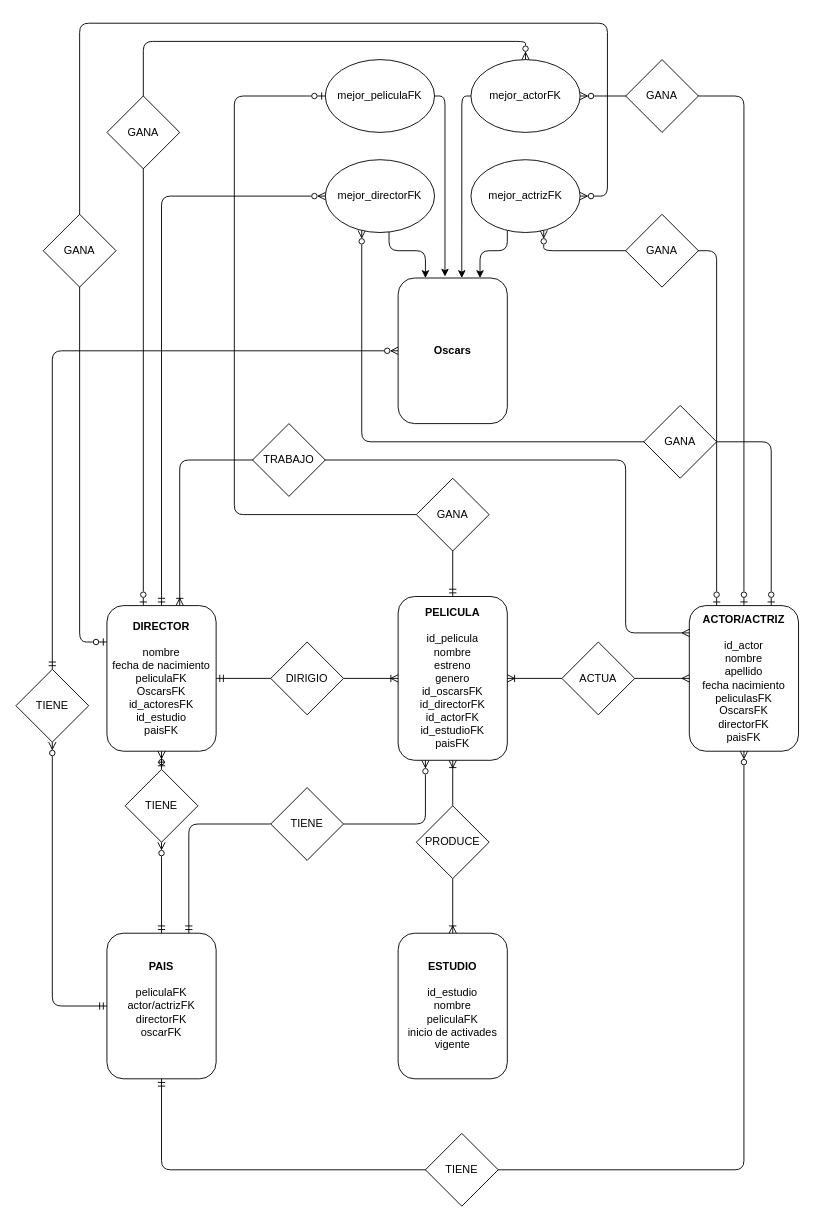
This is Diagrama.drawio from EmanuelRigo/entrega-final-sql-coderhouse, a draw.io file, before an edit. Source tidied: cells renumbered, new cells numbered last; positions are measured from the earlier drawing's top-left corner, leaving out a move shared by most shapes. Both pictures are drawn from the tidied source at 91%, with x=0, y=0 at pixel (15, 23).
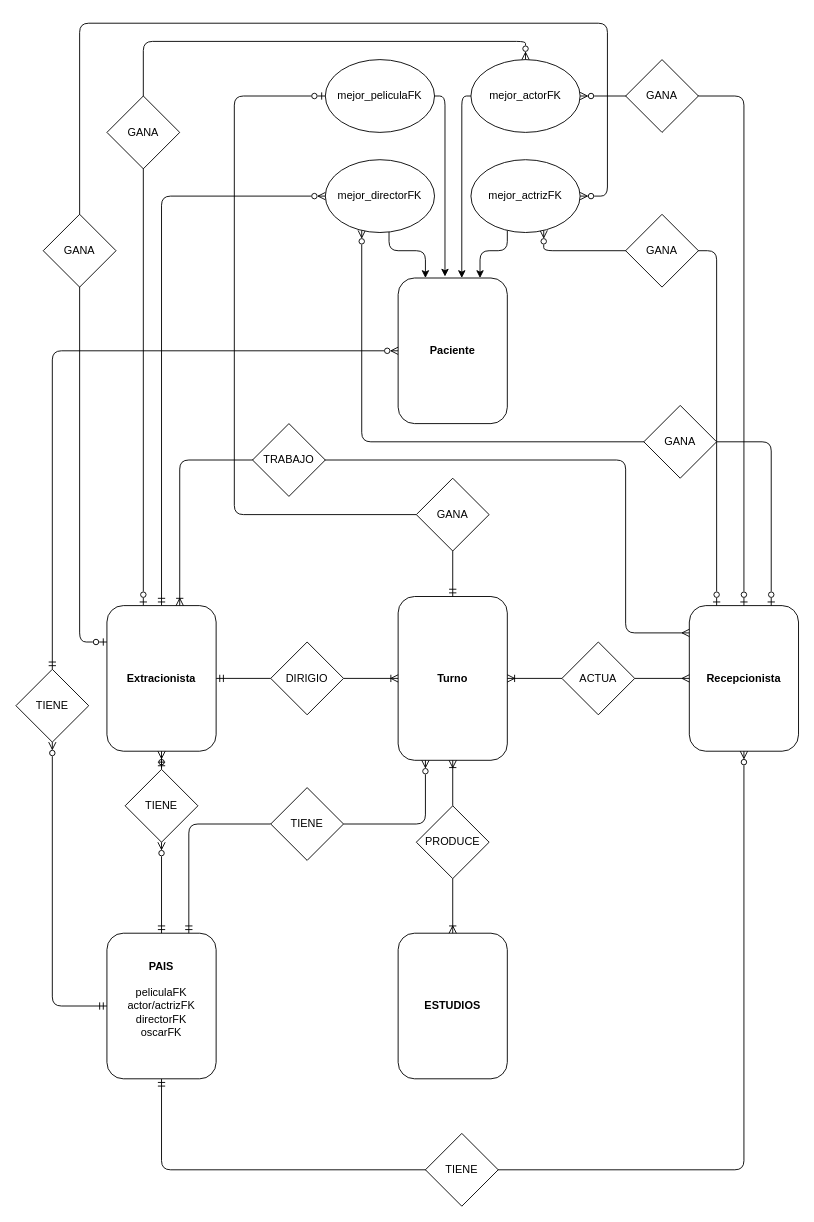
Above is the later version.

Change to the diagram source:
```diff
@@
-    <mxCell id="2" value="&lt;b&gt;PELICULA&lt;/b&gt;&lt;div&gt;&lt;b&gt;&lt;br&gt;&lt;/b&gt;&lt;/div&gt;&lt;div&gt;id_pelicula&lt;/div&gt;&lt;div&gt;nombre&lt;/div&gt;&lt;div&gt;estreno&lt;/div&gt;&lt;div&gt;genero&lt;/div&gt;&lt;div&gt;id_oscarsFK&lt;/div&gt;&lt;div&gt;id_directorFK&lt;/div&gt;&lt;div&gt;id_actorFK&lt;/div&gt;&lt;div&gt;id_estudioFK&lt;/div&gt;&lt;div&gt;paisFK&lt;/div&gt;" style="rounded=1;whiteSpace=wrap;html=1;" parent="1" vertex="1">
+    <mxCell id="2" value="&lt;b&gt;Turno&lt;/b&gt;" style="rounded=1;whiteSpace=wrap;html=1;" parent="1" vertex="1">
       <mxGeometry x="420" y="630" width="120" height="180" as="geometry" />
     </mxCell>
-    <mxCell id="3" value="&lt;b&gt;ESTUDIO&lt;/b&gt;&lt;br&gt;&lt;div&gt;&lt;b&gt;&lt;br&gt;&lt;/b&gt;&lt;/div&gt;&lt;div&gt;id_estudio&lt;/div&gt;&lt;div&gt;nombre&lt;/div&gt;&lt;div&gt;peliculaFK&lt;/div&gt;&lt;div&gt;inicio de activades&lt;/div&gt;&lt;div&gt;vigente&lt;/div&gt;" style="rounded=1;whiteSpace=wrap;html=1;" parent="1" vertex="1">
+    <mxCell id="3" value="&lt;b&gt;ESTUDIOS&lt;/b&gt;" style="rounded=1;whiteSpace=wrap;html=1;" parent="1" vertex="1">
       <mxGeometry x="420" y="1000" width="120" height="160" as="geometry" />
     </mxCell>
@@
-    <mxCell id="7" value="&lt;b&gt;ACTOR/ACTRIZ&lt;/b&gt;&lt;br&gt;&lt;div&gt;&lt;br&gt;&lt;/div&gt;&lt;div&gt;id_actor&lt;/div&gt;&lt;div&gt;nombre&lt;/div&gt;&lt;div&gt;apellido&lt;/div&gt;&lt;div&gt;fecha nacimiento&lt;/div&gt;&lt;div&gt;peliculasFK&lt;/div&gt;&lt;div&gt;OscarsFK&lt;/div&gt;&lt;div&gt;directorFK&lt;/div&gt;&lt;div&gt;paisFK&lt;/div&gt;" style="rounded=1;whiteSpace=wrap;html=1;" parent="1" vertex="1">
+    <mxCell id="7" value="&lt;b&gt;Recepcionista&lt;/b&gt;" style="rounded=1;whiteSpace=wrap;html=1;" parent="1" vertex="1">
       <mxGeometry x="740" y="640" width="120" height="160" as="geometry" />
     </mxCell>
@@
-    <mxCell id="11" value="&lt;b&gt;Oscars&lt;/b&gt;" style="rounded=1;whiteSpace=wrap;html=1;" parent="1" vertex="1">
+    <mxCell id="11" value="&lt;b&gt;Paciente&lt;/b&gt;" style="rounded=1;whiteSpace=wrap;html=1;" parent="1" vertex="1">
       <mxGeometry x="420" y="280" width="120" height="160" as="geometry" />
     </mxCell>
@@
-    <mxCell id="28" value="&lt;b&gt;DIRECTOR&lt;/b&gt;&lt;br&gt;&lt;div&gt;&lt;b&gt;&lt;br&gt;&lt;/b&gt;&lt;/div&gt;&lt;div&gt;nombre&lt;/div&gt;&lt;div&gt;fecha de nacimiento&lt;/div&gt;&lt;div&gt;peliculaFK&lt;/div&gt;&lt;div&gt;OscarsFK&lt;/div&gt;&lt;div&gt;id_actoresFK&lt;/div&gt;&lt;div&gt;id_estudio&lt;/div&gt;&lt;div&gt;paisFK&lt;/div&gt;" style="rounded=1;whiteSpace=wrap;html=1;" parent="1" vertex="1">
+    <mxCell id="28" value="&lt;b&gt;Extracionista&lt;/b&gt;" style="rounded=1;whiteSpace=wrap;html=1;" parent="1" vertex="1">
       <mxGeometry x="100" y="640" width="120" height="160" as="geometry" />
     </mxCell>
```
